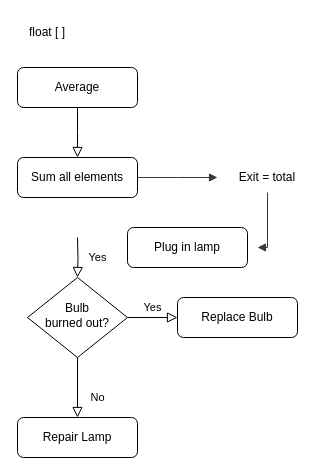
The draw.io diagram Uninpahu Diagrams/Quality Metricals/Compute Standard Desviation.drawio in Johanbeltranramirez/DiagramsRepository, before the edit. Source tidied: cells renumbered, new cells numbered last; positions are measured from the earlier drawing's top-left corner, leaving out a move shared by most shapes. Both pictures are drawn from the tidied source at 100%, with x=0, y=0 at pixel (17, 17).
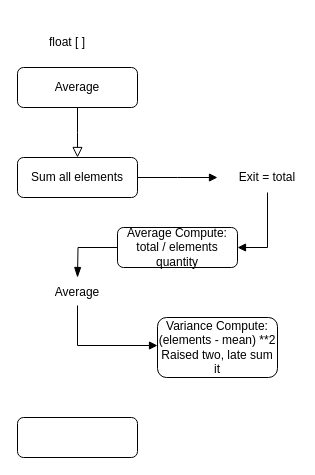
After the change.

The change refers to these unchanged cells:
```xml
<mxCell id="13" value="Sum all elements" style="rounded=1;whiteSpace=wrap;html=1;fontSize=12;glass=0;strokeWidth=1;shadow=0;" parent="1" vertex="1">
  <mxGeometry y="140" width="120" height="40" as="geometry" />
</mxCell>
<mxCell id="14" value="Exit = total" style="text;html=1;align=center;verticalAlign=middle;whiteSpace=wrap;rounded=0;" parent="1" vertex="1">
  <mxGeometry x="220" y="145" width="60" height="30" as="geometry" />
</mxCell>
```

Diff of the diagram source:
```diff
@@
-    <mxCell id="4" value="Yes" style="rounded=0;html=1;jettySize=auto;fontSize=11;endArrow=block;endFill=0;endSize=8;strokeWidth=1;shadow=0;labelBackgroundColor=none;edgeStyle=orthogonalEdgeStyle;" parent="1" edge="1" target="9">
+    <mxCell id="4" style="rounded=0;html=1;jettySize=auto;fontSize=11;endArrow=blockThin;endFill=1;endSize=8;strokeWidth=1;shadow=0;labelBackgroundColor=none;edgeStyle=orthogonalEdgeStyle;exitX=0;exitY=0.5;exitDx=0;exitDy=0;" parent="1" edge="1" source="6">
       <mxGeometry y="20" relative="1" as="geometry">
-        <mxPoint x="60" y="220" as="sourcePoint" />
+        <mxPoint x="60" y="260" as="targetPoint" />
       </mxGeometry>
     </mxCell>
-    <mxCell id="5" style="edgeStyle=orthogonalEdgeStyle;rounded=0;html=1;jettySize=auto;fontSize=11;endArrow=block;endFill=1;strokeWidth=1;shadow=0;labelBackgroundColor=none;exitX=1;exitY=0.5;exitDx=0;exitDy=0;fillColor=#cce5ff;strokeColor=#36393d;" parent="1" edge="1" source="13">
+    <mxCell id="5" style="edgeStyle=orthogonalEdgeStyle;rounded=0;html=1;jettySize=auto;fontSize=11;endArrow=block;endFill=1;strokeWidth=1;shadow=0;labelBackgroundColor=none;exitX=1;exitY=0.5;exitDx=0;exitDy=0;fillColor=#cce5ff;strokeColor=#000000;" parent="1" edge="1" source="13">
       <mxGeometry y="10" relative="1" as="geometry">
         <mxPoint x="200" y="160" as="targetPoint" />
       </mxGeometry>
     </mxCell>
-    <mxCell id="6" value="Plug in lamp" style="rounded=1;whiteSpace=wrap;html=1;fontSize=12;glass=0;strokeWidth=1;shadow=0;" parent="1" vertex="1">
-      <mxGeometry x="110" y="210" width="120" height="40" as="geometry" />
+    <mxCell id="6" value="Average Compute:&lt;br&gt;total / elements quantity" style="rounded=1;whiteSpace=wrap;html=1;fontSize=12;glass=0;strokeWidth=1;shadow=0;" parent="1" vertex="1">
+      <mxGeometry x="100" y="210" width="120" height="40" as="geometry" />
     </mxCell>
-    <mxCell id="7" value="No" style="rounded=0;html=1;jettySize=auto;fontSize=11;endArrow=block;endFill=0;endSize=8;strokeWidth=1;shadow=0;labelBackgroundColor=none;edgeStyle=orthogonalEdgeStyle;" parent="1" edge="1" source="9" target="10">
-      <mxGeometry x="0.33" y="20" relative="1" as="geometry" />
-    </mxCell>
-    <mxCell id="8" value="Yes" style="edgeStyle=orthogonalEdgeStyle;rounded=0;html=1;jettySize=auto;fontSize=11;endArrow=block;endFill=0;endSize=8;strokeWidth=1;shadow=0;labelBackgroundColor=none;" parent="1" edge="1" source="9" target="11">
-      <mxGeometry y="10" relative="1" as="geometry" />
-    </mxCell>
-    <mxCell id="9" value="Bulb&lt;br&gt;burned out?" style="rhombus;whiteSpace=wrap;html=1;shadow=0;fontFamily=Helvetica;fontSize=12;align=center;strokeWidth=1;spacing=6;spacingTop=-4;" parent="1" vertex="1">
-      <mxGeometry x="10" y="260" width="100" height="80" as="geometry" />
-    </mxCell>
-    <mxCell id="10" value="Repair Lamp" style="rounded=1;whiteSpace=wrap;html=1;fontSize=12;glass=0;strokeWidth=1;shadow=0;" parent="1" vertex="1">
+    <mxCell id="10" style="rounded=1;whiteSpace=wrap;html=1;fontSize=12;glass=0;strokeWidth=1;shadow=0;" parent="1" vertex="1">
       <mxGeometry y="400" width="120" height="40" as="geometry" />
     </mxCell>
-    <mxCell id="11" value="Replace Bulb" style="rounded=1;whiteSpace=wrap;html=1;fontSize=12;glass=0;strokeWidth=1;shadow=0;" parent="1" vertex="1">
-      <mxGeometry x="160" y="280" width="120" height="40" as="geometry" />
+    <mxCell id="11" value="Variance Compute:&lt;br&gt;(elements - mean) **2&lt;div&gt;Raised two, late sum it&lt;/div&gt;" style="rounded=1;whiteSpace=wrap;html=1;fontSize=12;glass=0;strokeWidth=1;shadow=0;" parent="1" vertex="1">
+      <mxGeometry x="140" y="300" width="120" height="60" as="geometry" />
     </mxCell>
     <mxCell id="12" value="float [ ]" style="text;html=1;align=center;verticalAlign=middle;whiteSpace=wrap;rounded=0;" parent="1" vertex="1">
-      <mxGeometry width="60" height="30" as="geometry" />
+      <mxGeometry x="20" y="10" width="60" height="30" as="geometry" />
     </mxCell>
@@
-    <mxCell id="15" style="edgeStyle=orthogonalEdgeStyle;rounded=0;html=1;jettySize=auto;fontSize=11;endArrow=block;endFill=1;strokeWidth=1;shadow=0;labelBackgroundColor=none;exitX=0.5;exitY=1;exitDx=0;exitDy=0;fillColor=#cce5ff;strokeColor=#36393d;" parent="1" edge="1" source="14">
+    <mxCell id="15" style="edgeStyle=orthogonalEdgeStyle;rounded=0;html=1;jettySize=auto;fontSize=11;endArrow=block;endFill=1;strokeWidth=1;shadow=0;labelBackgroundColor=none;exitX=0.5;exitY=1;exitDx=0;exitDy=0;fillColor=#cce5ff;strokeColor=#000000;entryX=1;entryY=0.5;entryDx=0;entryDy=0;" parent="1" edge="1" source="14" target="6">
       <mxGeometry y="10" relative="1" as="geometry">
-        <mxPoint x="240" y="230" as="targetPoint" />
         <Array as="points">
           <mxPoint x="250" y="230" />
         </Array>
       </mxGeometry>
     </mxCell>
+    <mxCell id="16" value="Average" style="text;html=1;align=center;verticalAlign=middle;whiteSpace=wrap;rounded=0;" parent="1" vertex="1">
+      <mxGeometry x="30" y="260" width="60" height="30" as="geometry" />
+    </mxCell>
+    <mxCell id="17" style="edgeStyle=orthogonalEdgeStyle;rounded=0;html=1;jettySize=auto;orthogonalLoop=1;fontSize=11;endArrow=block;endFill=1;strokeWidth=1;shadow=0;labelBackgroundColor=none;exitX=0.5;exitY=1;exitDx=0;exitDy=0;fillColor=#cce5ff;strokeColor=#000000;entryX=0;entryY=0.5;entryDx=0;entryDy=0;" parent="1" edge="1">
+      <mxGeometry y="10" relative="1" as="geometry">
+        <mxPoint x="60" y="288" as="sourcePoint" />
+        <mxPoint x="140" y="328" as="targetPoint" />
+        <Array as="points">
+          <mxPoint x="60" y="328" />
+        </Array>
+      </mxGeometry>
+    </mxCell>
```
